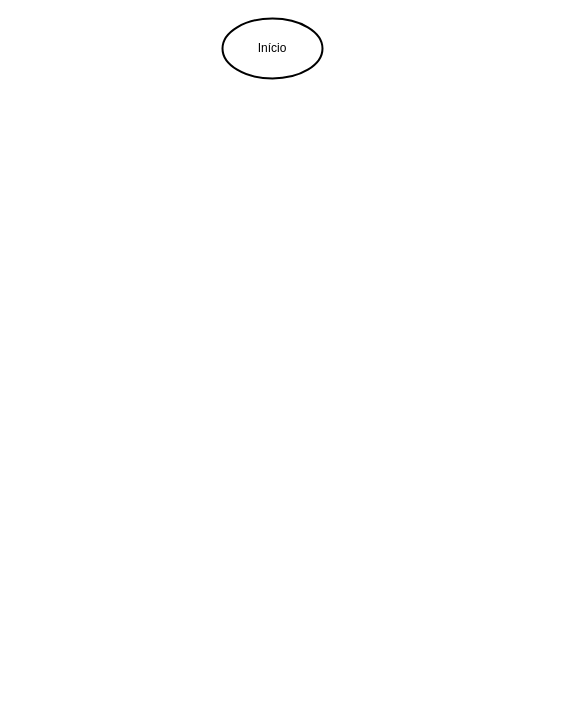
The draw.io diagram Adicional_Salario.drawio in mayliarratia12-tech/PTIC, before the edit. Source tidied: cells renumbered, new cells numbered last; positions are measured from the earlier drawing's top-left corner, leaving out a move shared by most shapes. Both pictures are drawn from the tidied source at 100%, with x=0, y=0 at pixel (222, 18).
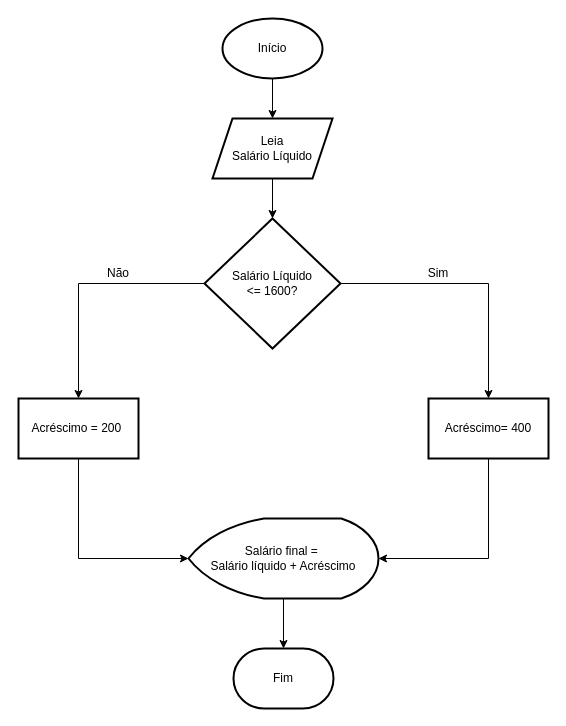
The same diagram, later.

Diff of the diagram source:
```diff
@@
 <mxGraphModel>
   <root>
     <mxCell id="0" />
     <mxCell id="1" parent="0" />
+    <mxCell id="3" style="edgeStyle=orthogonalEdgeStyle;rounded=0;jettySize=auto;html=1;defaultLabelBackgroundColor=page;" parent="1" edge="1" source="2" target="5">
+      <mxGeometry relative="1" as="geometry" />
+    </mxCell>
     <mxCell id="2" value="Início" style="strokeWidth=2;html=1;shape=mxgraph.flowchart.start_1;whiteSpace=wrap;" parent="1" vertex="1">
       <mxGeometry width="100" height="60" as="geometry" />
     </mxCell>
+    <mxCell id="4" style="edgeStyle=orthogonalEdgeStyle;rounded=0;jettySize=auto;html=1;defaultLabelBackgroundColor=page;" parent="1" edge="1" source="5" target="8">
+      <mxGeometry relative="1" as="geometry" />
+    </mxCell>
+    <mxCell id="5" value="Leia&lt;div&gt;Salário Líquido&lt;/div&gt;" style="shape=parallelogram;perimeter=parallelogramPerimeter;whiteSpace=wrap;html=1;shapeInside=1;fixedSize=1;strokeWidth=2;" parent="1" vertex="1">
+      <mxGeometry x="-10" y="100" width="120" height="60" as="geometry" />
+    </mxCell>
+    <mxCell id="6" style="edgeStyle=orthogonalEdgeStyle;rounded=0;jettySize=auto;html=1;defaultLabelBackgroundColor=page;" parent="1" edge="1" source="8" target="9">
+      <mxGeometry relative="1" as="geometry" />
+    </mxCell>
+    <mxCell id="7" style="edgeStyle=orthogonalEdgeStyle;rounded=0;jettySize=auto;html=1;defaultLabelBackgroundColor=page;" parent="1" edge="1" source="8" target="10">
+      <mxGeometry relative="1" as="geometry" />
+    </mxCell>
+    <mxCell id="8" value="Salário Líquido&lt;div&gt;&amp;lt;= 1600?&lt;/div&gt;" style="rhombus;whiteSpace=wrap;html=1;shapeInside=1;strokeWidth=2;" parent="1" vertex="1">
+      <mxGeometry x="-18" y="200" width="136" height="130" as="geometry" />
+    </mxCell>
+    <mxCell id="9" value="Acréscimo=&lt;span style=&quot;background-color: transparent; color: light-dark(#000000, var(--ge-light-color, #ffffff));&quot;&gt;&amp;nbsp;400&lt;/span&gt;" style="whiteSpace=wrap;html=1;strokeWidth=2;" parent="1" vertex="1">
+      <mxGeometry x="206" y="380" width="120" height="60" as="geometry" />
+    </mxCell>
+    <mxCell id="10" value="&lt;div&gt;Acréscimo = 200&amp;nbsp;&lt;/div&gt;" style="whiteSpace=wrap;html=1;strokeWidth=2;" parent="1" vertex="1">
+      <mxGeometry x="-204" y="380" width="120" height="60" as="geometry" />
+    </mxCell>
+    <mxCell id="11" value="Não" style="text;html=1;whiteSpace=wrap;strokeColor=none;fillColor=none;align=center;verticalAlign=middle;rounded=0;" parent="1" vertex="1">
+      <mxGeometry x="-134" y="240" width="60" height="30" as="geometry" />
+    </mxCell>
+    <mxCell id="12" value="Sim" style="text;html=1;whiteSpace=wrap;strokeColor=none;fillColor=none;align=center;verticalAlign=middle;rounded=0;" parent="1" vertex="1">
+      <mxGeometry x="186" y="240" width="60" height="30" as="geometry" />
+    </mxCell>
+    <mxCell id="13" value="&lt;div&gt;&lt;span style=&quot;background-color: transparent; color: light-dark(#000000, var(--ge-light-color, #ffffff));&quot;&gt;Salário final =&amp;nbsp;&lt;/span&gt;&lt;/div&gt;&lt;div&gt;&lt;span style=&quot;background-color: transparent; color: light-dark(#000000, var(--ge-light-color, #ffffff));&quot;&gt;Salário líquido + Acréscimo&lt;/span&gt;&lt;/div&gt;" style="strokeWidth=2;html=1;shape=mxgraph.flowchart.display;whiteSpace=wrap;" parent="1" vertex="1">
+      <mxGeometry x="-34" y="500" width="190" height="80" as="geometry" />
+    </mxCell>
+    <mxCell id="14" style="edgeStyle=orthogonalEdgeStyle;rounded=0;jettySize=auto;html=1;exitX=0.5;exitY=1;exitDx=0;exitDy=0;entryX=0;entryY=0.5;entryDx=0;entryDy=0;entryPerimeter=0;defaultLabelBackgroundColor=page;" parent="1" edge="1" source="10" target="13">
+      <mxGeometry relative="1" as="geometry" />
+    </mxCell>
+    <mxCell id="15" style="edgeStyle=orthogonalEdgeStyle;rounded=0;jettySize=auto;html=1;exitX=0.5;exitY=1;exitDx=0;exitDy=0;entryX=1;entryY=0.5;entryDx=0;entryDy=0;entryPerimeter=0;defaultLabelBackgroundColor=page;" parent="1" edge="1" source="9" target="13">
+      <mxGeometry relative="1" as="geometry" />
+    </mxCell>
+    <mxCell id="16" value="Fim" style="strokeWidth=2;html=1;shape=mxgraph.flowchart.terminator;whiteSpace=wrap;" parent="1" vertex="1">
+      <mxGeometry x="11" y="630" width="100" height="60" as="geometry" />
+    </mxCell>
+    <mxCell id="17" style="edgeStyle=orthogonalEdgeStyle;rounded=0;jettySize=auto;html=1;exitX=0.5;exitY=1;exitDx=0;exitDy=0;exitPerimeter=0;entryX=0.5;entryY=0;entryDx=0;entryDy=0;entryPerimeter=0;defaultLabelBackgroundColor=page;" parent="1" edge="1" source="13" target="16">
+      <mxGeometry relative="1" as="geometry" />
+    </mxCell>
   </root>
 </mxGraphModel>
```
